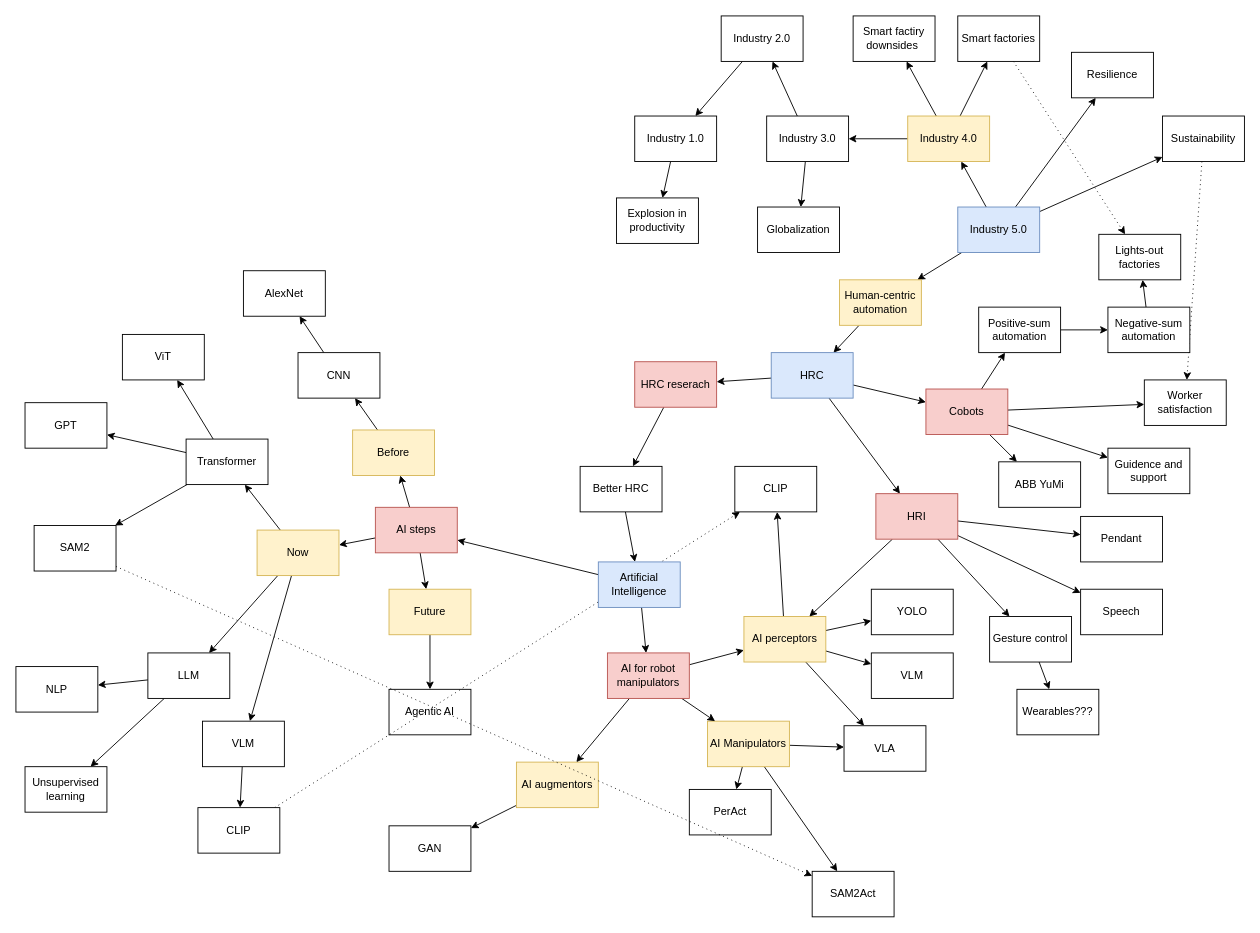
This is literature_review_structure.drawio from GreatSharky/CoHSCI, a draw.io file, before an edit. Source tidied: cells renumbered, new cells numbered last; positions are measured from the earlier drawing's top-left corner, leaving out a move shared by most shapes. Both pictures are drawn from the tidied source at 91%, with x=0, y=0 at pixel (15, 15).
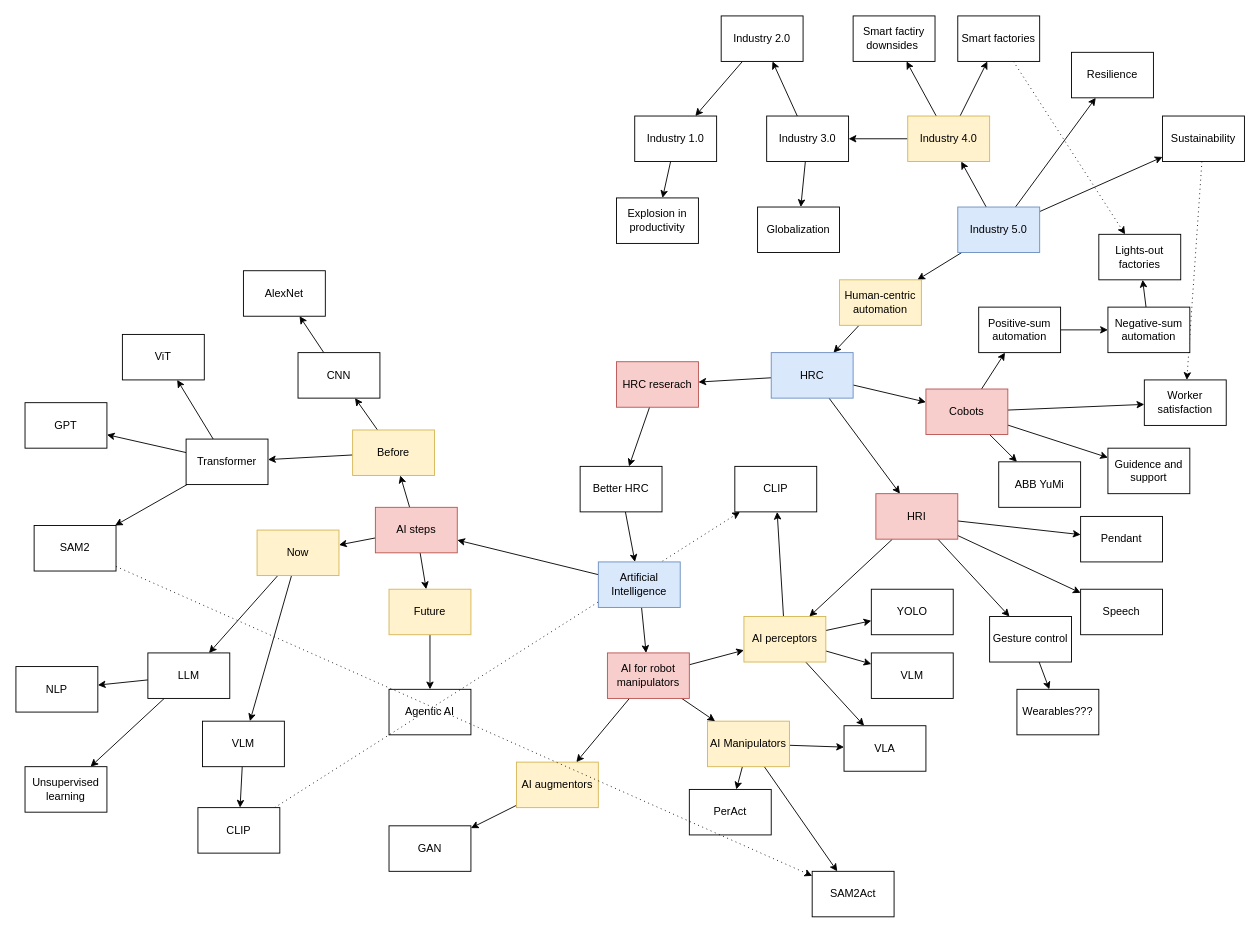
After the change.

Unchanged cells that the change refers to:
```xml
<mxCell id="72" value="Transformer" style="rounded=0;whiteSpace=wrap;html=1;" parent="1" vertex="1">
  <mxGeometry x="187" y="465" width="90" height="50" as="geometry" />
</mxCell>
<mxCell id="106" value="Before" style="rounded=0;whiteSpace=wrap;html=1;fillColor=#fff2cc;strokeColor=#d6b656;" parent="1" vertex="1">
  <mxGeometry x="370" y="455" width="90" height="50" as="geometry" />
</mxCell>
<mxCell id="110" value="Now" style="rounded=0;whiteSpace=wrap;html=1;fillColor=#fff2cc;strokeColor=#d6b656;" parent="1" vertex="1">
  <mxGeometry x="265" y="565" width="90" height="50" as="geometry" />
</mxCell>
```

What changed in the source:
```diff
@@
     <mxCell id="93" value="HRC reserach" style="rounded=0;whiteSpace=wrap;html=1;fillColor=#f8cecc;strokeColor=#b85450;" parent="1" vertex="1">
-      <mxGeometry x="680" y="380" width="90" height="50" as="geometry" />
+      <mxGeometry x="660" y="380" width="90" height="50" as="geometry" />
     </mxCell>
@@
+    <mxCell id="117" style="edgeStyle=none;rounded=0;jettySize=auto;html=1;" parent="1" edge="1" source="106" target="72">
+      <mxGeometry relative="1" as="geometry" />
+    </mxCell>
@@
-    <mxCell id="109" style="edgeStyle=none;rounded=0;jettySize=auto;html=1;" parent="1" edge="1" source="110" target="72">
-      <mxGeometry relative="1" as="geometry" />
-    </mxCell>
```
